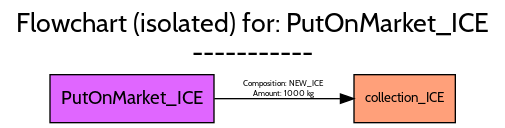
This is src/examples/ELV/figures/flowcharts/processes/png/PutOnMarket_ICE.png from FutuRaM-Project/Recovery-Model, a Graphviz export, as it was before one commit. Its source is kept beside it as src/examples/ELV/figures/flowcharts/processes/dot/PutOnMarket_ICE.dot.
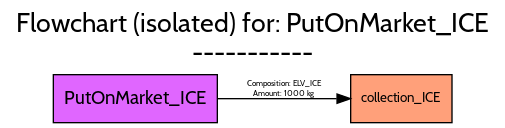
Above is the later version.

Diff of the diagram source:
```diff
@@ -19,7 +19,7 @@
 		fontname=Cabin,
 		fontsize=10,
 		height=0.5,
-		pos="299.5,18",
+		pos="297,18",
 		shape=box,
 		style=filled,
 		width=1.0556];
@@ -27,15 +27,15 @@
 		fontname=Cabin,
 		fontsize=14,
 		height=0.5,
-		pos="95,18",
+		pos="97.5,18",
 		shape=box,
 		style=filled,
 		width=1.7083];
 	PutOnMarket_ICE -> collection_ICE	[color=black,
 		fontname=Cabin,
 		fontsize=6,
-		label="Composition: NEW_ICE
+		label="Composition: ELV_ICE
 Amount: 1000 kg",
 		lp="209,25",
-		pos="e,261.32,18 156.76,18 186.92,18 222.83,18 250.95,18"];
+		pos="e,258.78,18 159.1,18 187.83,18 221.65,18 248.49,18"];
 }
```
